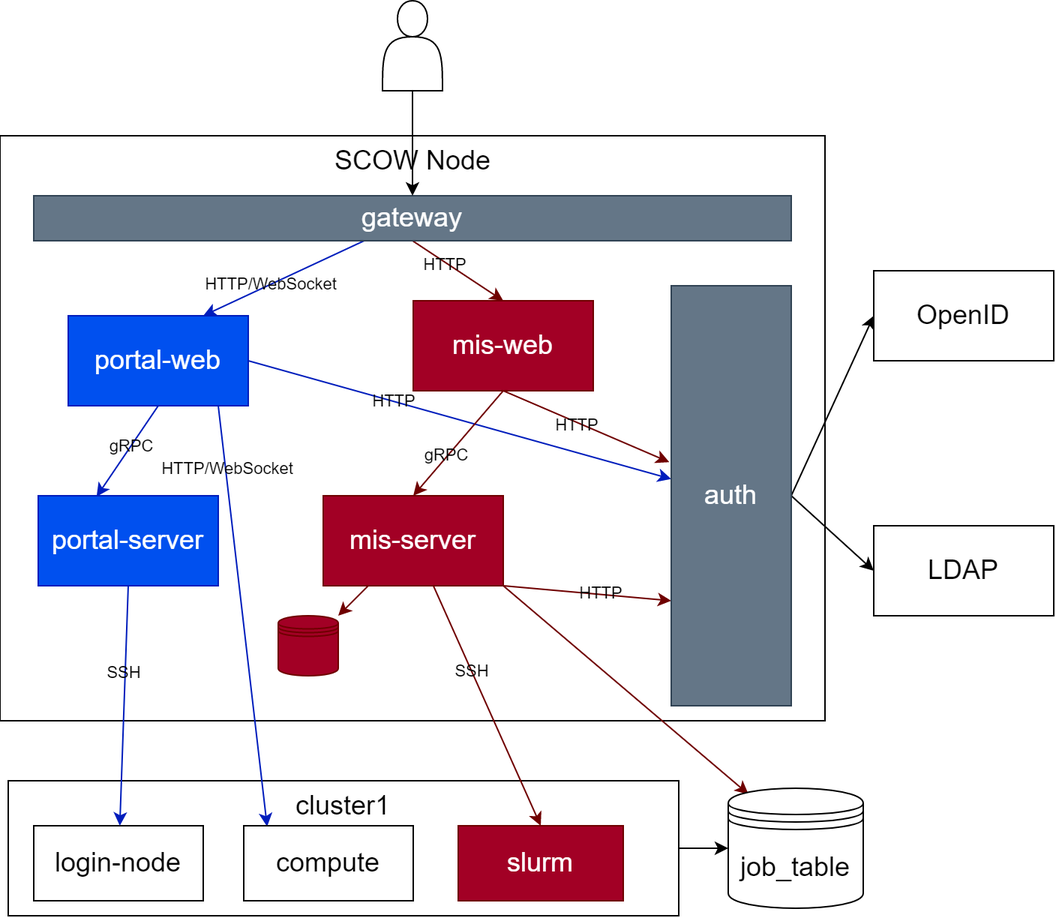
Before: docs/docs/deploy/architecture/architecture.png, a diagram exported from draw.io (PKUHPC/OpenSCOW). Source tidied: cells renumbered, new cells last; positions are measured from the earlier drawing's top-left corner, leaving out a move shared by most shapes.
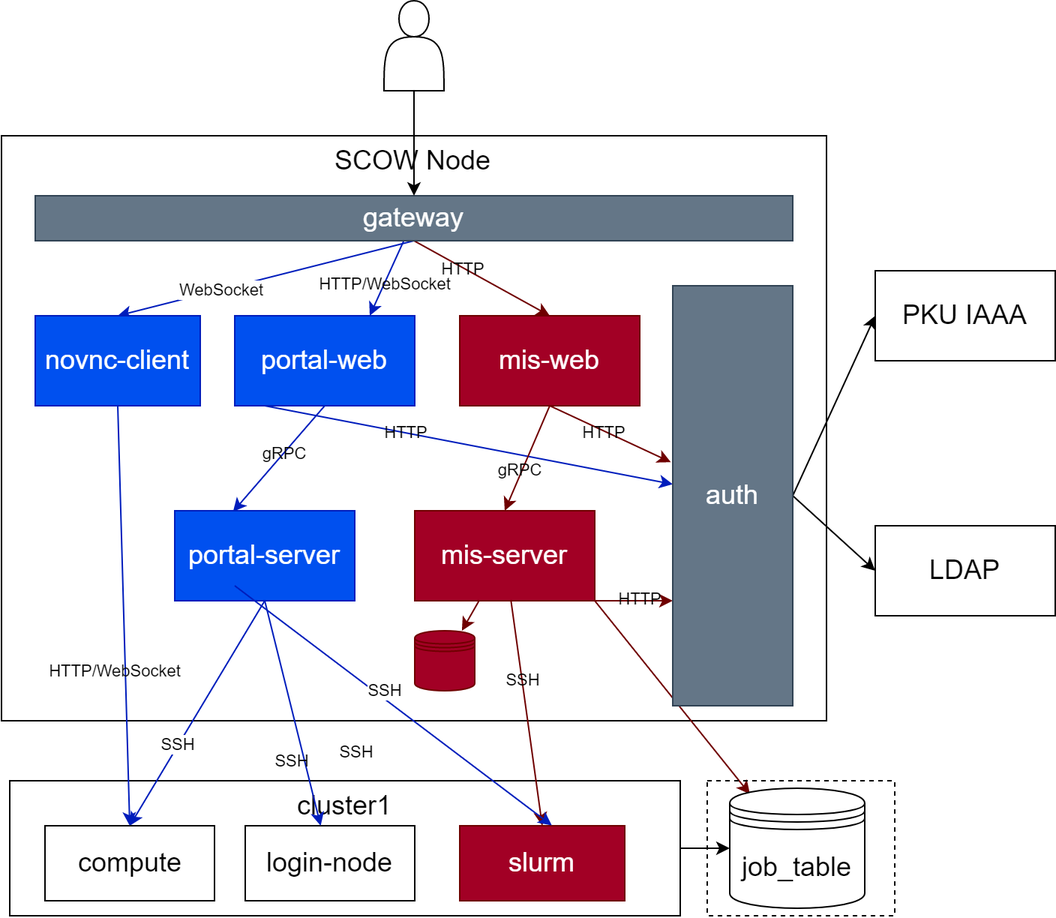
After the change.

What changed in the source:
```diff
@@ -23,6 +23,12 @@
     <mxCell id="8" value="HTTP/WebSocket" style="edgeLabel;html=1;align=center;verticalAlign=middle;labelBackgroundColor=none;" parent="7" vertex="1">
       <mxGeometry x="0.16" relative="1" as="geometry" />
     </mxCell>
+    <mxCell id="44" style="edgeStyle=none;html=1;exitX=0.5;exitY=1;exitDx=0;exitDy=0;entryX=0.5;entryY=0;entryDx=0;entryDy=0;fillColor=#0050ef;strokeColor=#001DBC;" parent="1" edge="1" source="9" target="48">
+      <mxGeometry relative="1" as="geometry" />
+    </mxCell>
+    <mxCell id="45" value="WebSocket" style="edgeLabel;html=1;align=center;verticalAlign=middle;" parent="44" vertex="1">
+      <mxGeometry x="0.31" relative="1" as="geometry" />
+    </mxCell>
     <mxCell id="9" value="gateway" style="rounded=0;whiteSpace=wrap;html=1;fontSize=18;fillColor=#647687;fontColor=#ffffff;strokeColor=#314354;labelBackgroundColor=none;" parent="1" vertex="1">
       <mxGeometry x="23" y="130" width="505" height="30" as="geometry" />
     </mxCell>
@@ -35,8 +41,10 @@
     <mxCell id="12" style="edgeStyle=none;html=1;entryX=0.15;entryY=0.05;entryDx=0;entryDy=0;fontSize=18;exitX=1;exitY=1;exitDx=0;exitDy=0;fillColor=#a20025;strokeColor=#6F0000;entryPerimeter=0;labelBackgroundColor=none;" parent="1" edge="1" source="23" target="27">
       <mxGeometry relative="1" as="geometry" />
     </mxCell>
-    <mxCell id="13" style="edgeStyle=none;html=1;exitX=1;exitY=0.5;exitDx=0;exitDy=0;fillColor=#0050ef;strokeColor=#001DBC;labelBackgroundColor=none;" parent="1" edge="1" source="19" target="26">
-      <mxGeometry relative="1" as="geometry" />
+    <mxCell id="13" style="edgeStyle=none;html=1;fillColor=#0050ef;strokeColor=#001DBC;labelBackgroundColor=none;" parent="1" edge="1" target="26">
+      <mxGeometry relative="1" as="geometry">
+        <mxPoint x="176" y="270" as="sourcePoint" />
+      </mxGeometry>
     </mxCell>
     <mxCell id="14" value="HTTP" style="edgeLabel;html=1;align=center;verticalAlign=middle;labelBackgroundColor=none;" parent="13" vertex="1">
       <mxGeometry x="-0.31" relative="1" as="geometry" />
@@ -47,16 +55,14 @@
     <mxCell id="16" value="gRPC" style="edgeLabel;html=1;align=center;verticalAlign=middle;labelBackgroundColor=none;" parent="15" vertex="1">
       <mxGeometry x="-0.11" relative="1" as="geometry" />
     </mxCell>
-    <mxCell id="17" style="edgeStyle=none;html=1;exitX=0.75;exitY=1;exitDx=0;exitDy=0;entryX=0.138;entryY=0.011;entryDx=0;entryDy=0;fillColor=#0050ef;strokeColor=#001DBC;entryPerimeter=0;" parent="1" edge="1" target="43">
-      <mxGeometry relative="1" as="geometry">
-        <mxPoint x="146" y="270" as="sourcePoint" />
-      </mxGeometry>
+    <mxCell id="17" style="edgeStyle=none;html=1;exitX=0.5;exitY=1;exitDx=0;exitDy=0;entryX=0.5;entryY=0;entryDx=0;entryDy=0;fillColor=#0050ef;strokeColor=#001DBC;" parent="1" edge="1" source="42" target="43">
+      <mxGeometry relative="1" as="geometry" />
     </mxCell>
-    <mxCell id="18" value="HTTP/WebSocket" style="edgeLabel;html=1;align=center;verticalAlign=middle;fontColor=default;labelBackgroundColor=none;" parent="17" vertex="1">
-      <mxGeometry x="-0.7" y="1" relative="1" as="geometry" />
-    </mxCell>
+    <mxCell id="46" value="SSH" style="edgeLabel;html=1;align=center;verticalAlign=middle;" parent="17" vertex="1">
+      <mxGeometry x="0.29" y="-1" relative="1" as="geometry" />
+    </mxCell>
     <mxCell id="19" value="portal-web" style="whiteSpace=wrap;html=1;fontSize=18;fillColor=#0050ef;fontColor=#ffffff;strokeColor=#001DBC;labelBackgroundColor=none;" parent="1" vertex="1">
-      <mxGeometry x="46" y="210" width="120" height="60" as="geometry" />
+      <mxGeometry x="156" y="210" width="120" height="60" as="geometry" />
     </mxCell>
     <mxCell id="20" style="edgeStyle=none;html=1;fontSize=18;fillColor=#a20025;strokeColor=#6F0000;labelBackgroundColor=none;" parent="1" edge="1" source="23" target="35">
       <mxGeometry relative="1" as="geometry" />
@@ -68,7 +74,7 @@
       <mxGeometry x="0.15" y="1" relative="1" as="geometry" />
     </mxCell>
     <mxCell id="23" value="&lt;span style=&quot;font-size: 18px&quot;&gt;mis-server&lt;br&gt;&lt;/span&gt;" style="whiteSpace=wrap;html=1;fillColor=#a20025;fontColor=#ffffff;strokeColor=#6F0000;labelBackgroundColor=none;" parent="1" vertex="1">
-      <mxGeometry x="216" y="330" width="120" height="60" as="geometry" />
+      <mxGeometry x="276" y="340" width="120" height="60" as="geometry" />
     </mxCell>
     <mxCell id="24" style="edgeStyle=none;html=1;entryX=0;entryY=0.5;entryDx=0;entryDy=0;fontSize=18;exitX=1;exitY=0.5;exitDx=0;exitDy=0;labelBackgroundColor=none;" parent="1" edge="1" source="26" target="29">
       <mxGeometry relative="1" as="geometry" />
@@ -85,7 +91,7 @@
     <mxCell id="28" value="LDAP" style="whiteSpace=wrap;html=1;fontSize=18;labelBackgroundColor=none;" parent="1" vertex="1">
       <mxGeometry x="583" y="350" width="120" height="60" as="geometry" />
     </mxCell>
-    <mxCell id="29" value="&lt;span style=&quot;font-size: 18px&quot;&gt;OpenID&lt;/span&gt;" style="whiteSpace=wrap;html=1;labelBackgroundColor=none;" parent="1" vertex="1">
+    <mxCell id="29" value="&lt;span style=&quot;font-size: 18px&quot;&gt;PKU IAAA&lt;/span&gt;" style="whiteSpace=wrap;html=1;labelBackgroundColor=none;" parent="1" vertex="1">
       <mxGeometry x="583" y="180" width="120" height="60" as="geometry" />
     </mxCell>
     <mxCell id="30" style="edgeStyle=none;html=1;exitX=0.5;exitY=1;exitDx=0;exitDy=0;entryX=-0.016;entryY=0.42;entryDx=0;entryDy=0;entryPerimeter=0;fillColor=#a20025;strokeColor=#6F0000;labelBackgroundColor=none;" parent="1" edge="1" source="34" target="26">
@@ -101,10 +107,10 @@
       <mxGeometry x="0.24" y="-2" relative="1" as="geometry" />
     </mxCell>
     <mxCell id="34" value="mis-web" style="whiteSpace=wrap;html=1;fontSize=18;fillColor=#a20025;fontColor=#ffffff;strokeColor=#6F0000;labelBackgroundColor=none;" parent="1" vertex="1">
-      <mxGeometry x="276" y="200" width="120" height="60" as="geometry" />
+      <mxGeometry x="306" y="210" width="120" height="60" as="geometry" />
     </mxCell>
     <mxCell id="35" style="shape=datastore;whiteSpace=wrap;html=1;fontSize=18;fillColor=#a20025;fontColor=#ffffff;strokeColor=#6F0000;labelBackgroundColor=none;" parent="1" vertex="1">
-      <mxGeometry x="186" y="410" width="40" height="40" as="geometry" />
+      <mxGeometry x="276" y="420" width="40" height="40" as="geometry" />
     </mxCell>
     <mxCell id="36" value="slurm" style="rounded=0;whiteSpace=wrap;html=1;fontSize=18;fillColor=#a20025;fontColor=#ffffff;strokeColor=#6F0000;labelBackgroundColor=none;" parent="1" vertex="1">
       <mxGeometry x="306" y="550" width="110" height="50" as="geometry" />
@@ -116,19 +122,50 @@
       <mxGeometry x="-0.29" relative="1" as="geometry" />
     </mxCell>
     <mxCell id="39" value="login-node" style="rounded=0;whiteSpace=wrap;html=1;fontSize=18;labelBackgroundColor=none;" parent="1" vertex="1">
-      <mxGeometry x="23" y="550" width="113" height="50" as="geometry" />
+      <mxGeometry x="163" y="550" width="113" height="50" as="geometry" />
     </mxCell>
     <mxCell id="40" style="edgeStyle=none;html=1;exitX=0.5;exitY=1;exitDx=0;exitDy=0;fillColor=#0050ef;strokeColor=#001DBC;" parent="1" edge="1" source="42" target="39">
       <mxGeometry relative="1" as="geometry" />
     </mxCell>
     <mxCell id="41" value="SSH" style="edgeLabel;html=1;align=center;verticalAlign=middle;labelBackgroundColor=none;" parent="40" vertex="1">
-      <mxGeometry x="-0.27" y="-1" relative="1" as="geometry" />
+      <mxGeometry x="-0.27" y="-1" relative="1" as="geometry">
+        <mxPoint x="5" y="52" as="offset" />
+      </mxGeometry>
     </mxCell>
     <mxCell id="42" value="portal-server" style="whiteSpace=wrap;html=1;fontSize=18;fillColor=#0050ef;fontColor=#ffffff;strokeColor=#001DBC;labelBackgroundColor=none;" parent="1" vertex="1">
-      <mxGeometry x="26" y="330" width="120" height="60" as="geometry" />
+      <mxGeometry x="116" y="340" width="120" height="60" as="geometry" />
     </mxCell>
     <mxCell id="43" value="compute" style="rounded=0;whiteSpace=wrap;html=1;fontSize=18;labelBackgroundColor=none;" parent="1" vertex="1">
-      <mxGeometry x="163" y="550" width="113" height="50" as="geometry" />
+      <mxGeometry x="29.5" y="550" width="113" height="50" as="geometry" />
     </mxCell>
+    <mxCell id="47" style="rounded=0;whiteSpace=wrap;html=1;fillColor=none;dashed=1;" parent="1" vertex="1">
+      <mxGeometry x="471" y="520" width="125" height="90" as="geometry" />
+    </mxCell>
+    <mxCell id="48" value="novnc-client" style="whiteSpace=wrap;html=1;fontSize=18;fillColor=#0050ef;fontColor=#ffffff;strokeColor=#001DBC;labelBackgroundColor=none;" parent="1" vertex="1">
+      <mxGeometry x="23" y="210" width="110" height="60" as="geometry" />
+    </mxCell>
+    <mxCell id="49" style="edgeStyle=none;html=1;exitX=0.5;exitY=1;exitDx=0;exitDy=0;entryX=0.5;entryY=0;entryDx=0;entryDy=0;fillColor=#0050ef;strokeColor=#001DBC;" parent="1" edge="1" source="48" target="43">
+      <mxGeometry relative="1" as="geometry" />
+    </mxCell>
+    <mxCell id="18" value="HTTP/WebSocket" style="edgeLabel;html=1;align=center;verticalAlign=middle;fontColor=default;labelBackgroundColor=none;" parent="49" vertex="1">
+      <mxGeometry x="-0.7" y="1" relative="1" as="geometry">
+        <mxPoint x="-5" y="135" as="offset" />
+      </mxGeometry>
+    </mxCell>
+    <mxCell id="50" style="edgeStyle=none;html=1;fillColor=#0050ef;strokeColor=#001DBC;entryX=0.558;entryY=-0.005;entryDx=0;entryDy=0;entryPerimeter=0;" parent="1" edge="1" target="36">
+      <mxGeometry relative="1" as="geometry">
+        <mxPoint x="156" y="390" as="sourcePoint" />
+      </mxGeometry>
+    </mxCell>
+    <mxCell id="51" value="SSH" style="edgeLabel;html=1;align=center;verticalAlign=middle;labelBackgroundColor=none;" parent="50" vertex="1">
+      <mxGeometry x="-0.27" y="-1" relative="1" as="geometry">
+        <mxPoint x="5" y="52" as="offset" />
+      </mxGeometry>
+    </mxCell>
+    <mxCell id="52" value="SSH" style="edgeLabel;html=1;align=center;verticalAlign=middle;" parent="50" vertex="1">
+      <mxGeometry x="-0.43" y="-2" relative="1" as="geometry">
+        <mxPoint x="41" y="23" as="offset" />
+      </mxGeometry>
+    </mxCell>
   </root>
 </mxGraphModel>
```
